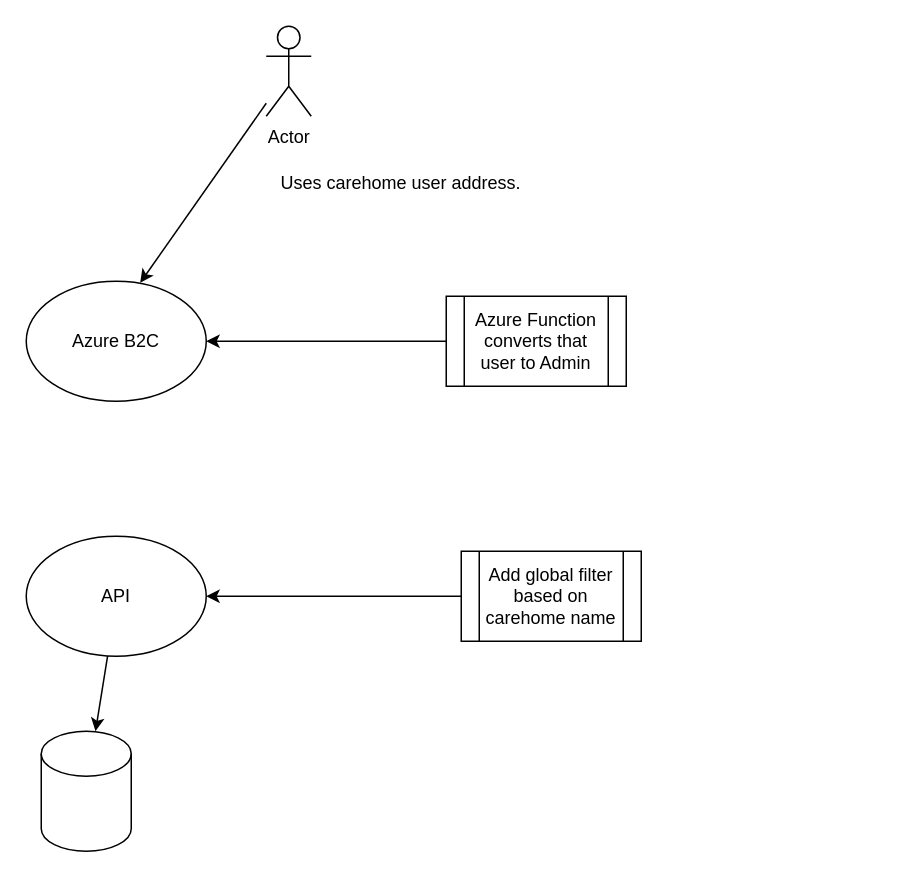
mattwatts36/drawings keeps this draw.io diagram as Untitled Diagram.drawio. Above is the earlier version. Source tidied: cells renumbered, new cells numbered last; positions are measured from the earlier drawing's top-left corner, leaving out a move shared by most shapes. Both pictures are drawn from the tidied source at 150%, with x=0, y=0 at pixel (26, 26).
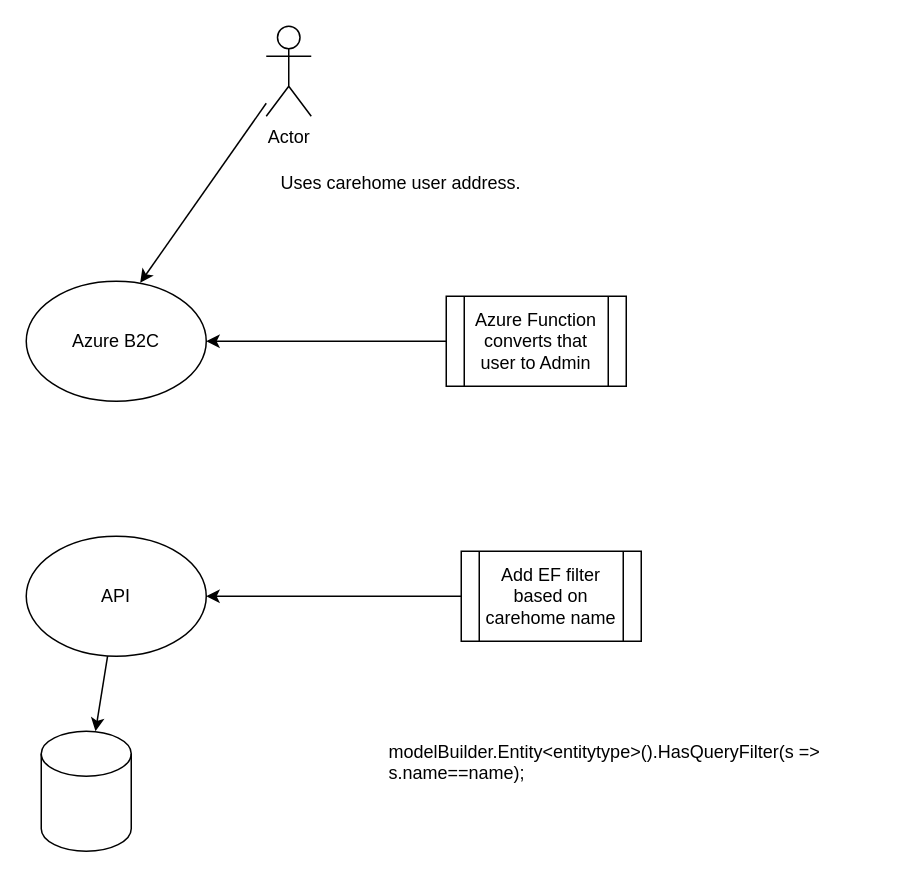
The same diagram, later.

Diff of the diagram source:
```diff
@@
 <mxGraphModel>
   <root>
     <mxCell id="0" />
     <mxCell id="1" parent="0" />
     <mxCell id="2" style="edgeStyle=none;rounded=0;jettySize=auto;html=1;entryX=0.633;entryY=0.013;entryDx=0;entryDy=0;entryPerimeter=0;" parent="1" edge="1" source="3" target="4">
       <mxGeometry relative="1" as="geometry" />
     </mxCell>
     <mxCell id="3" value="Actor" style="shape=umlActor;verticalLabelPosition=bottom;verticalAlign=top;html=1;outlineConnect=0;" parent="1" vertex="1">
       <mxGeometry x="160" width="30" height="60" as="geometry" />
     </mxCell>
     <mxCell id="4" value="Azure B2C" style="ellipse;whiteSpace=wrap;html=1;" parent="1" vertex="1">
       <mxGeometry y="170" width="120" height="80" as="geometry" />
     </mxCell>
     <mxCell id="5" style="edgeStyle=none;rounded=0;jettySize=auto;html=1;" parent="1" edge="1" source="6" target="10">
       <mxGeometry relative="1" as="geometry" />
     </mxCell>
     <mxCell id="6" value="API" style="ellipse;whiteSpace=wrap;html=1;" parent="1" vertex="1">
       <mxGeometry y="340" width="120" height="80" as="geometry" />
     </mxCell>
     <mxCell id="7" value="Uses carehome user address." style="text;html=1;strokeColor=none;fillColor=none;align=center;verticalAlign=middle;whiteSpace=wrap;rounded=0;" parent="1" vertex="1">
       <mxGeometry x="150" y="90" width="200" height="30" as="geometry" />
     </mxCell>
     <mxCell id="8" style="edgeStyle=none;rounded=0;jettySize=auto;html=1;exitX=0;exitY=0.5;exitDx=0;exitDy=0;" parent="1" edge="1" source="9" target="4">
       <mxGeometry relative="1" as="geometry" />
     </mxCell>
     <mxCell id="9" value="Azure Function converts that user to Admin" style="shape=process;whiteSpace=wrap;html=1;backgroundOutline=1;" parent="1" vertex="1">
       <mxGeometry x="280" y="180" width="120" height="60" as="geometry" />
     </mxCell>
     <mxCell id="10" style="shape=cylinder3;whiteSpace=wrap;html=1;boundedLbl=1;backgroundOutline=1;size=15;" parent="1" vertex="1">
       <mxGeometry x="10" y="470" width="60" height="80" as="geometry" />
     </mxCell>
     <mxCell id="11" style="edgeStyle=none;rounded=0;jettySize=auto;html=1;exitX=0;exitY=0.5;exitDx=0;exitDy=0;" parent="1" edge="1" source="12" target="6">
       <mxGeometry relative="1" as="geometry" />
     </mxCell>
-    <mxCell id="12" value="Add global filter based on carehome name" style="shape=process;whiteSpace=wrap;html=1;backgroundOutline=1;" parent="1" vertex="1">
+    <mxCell id="12" value="Add EF filter based on carehome name" style="shape=process;whiteSpace=wrap;html=1;backgroundOutline=1;" parent="1" vertex="1">
       <mxGeometry x="290" y="350" width="120" height="60" as="geometry" />
     </mxCell>
+    <mxCell id="13" value="modelBuilder.Entity&amp;lt;entitytype&amp;gt;().HasQueryFilter(s =&amp;gt; s.name==name);" style="text;whiteSpace=wrap;html=1;" parent="1" vertex="1">
+      <mxGeometry x="240" y="470" width="330" height="40" as="geometry" />
+    </mxCell>
   </root>
 </mxGraphModel>
```
